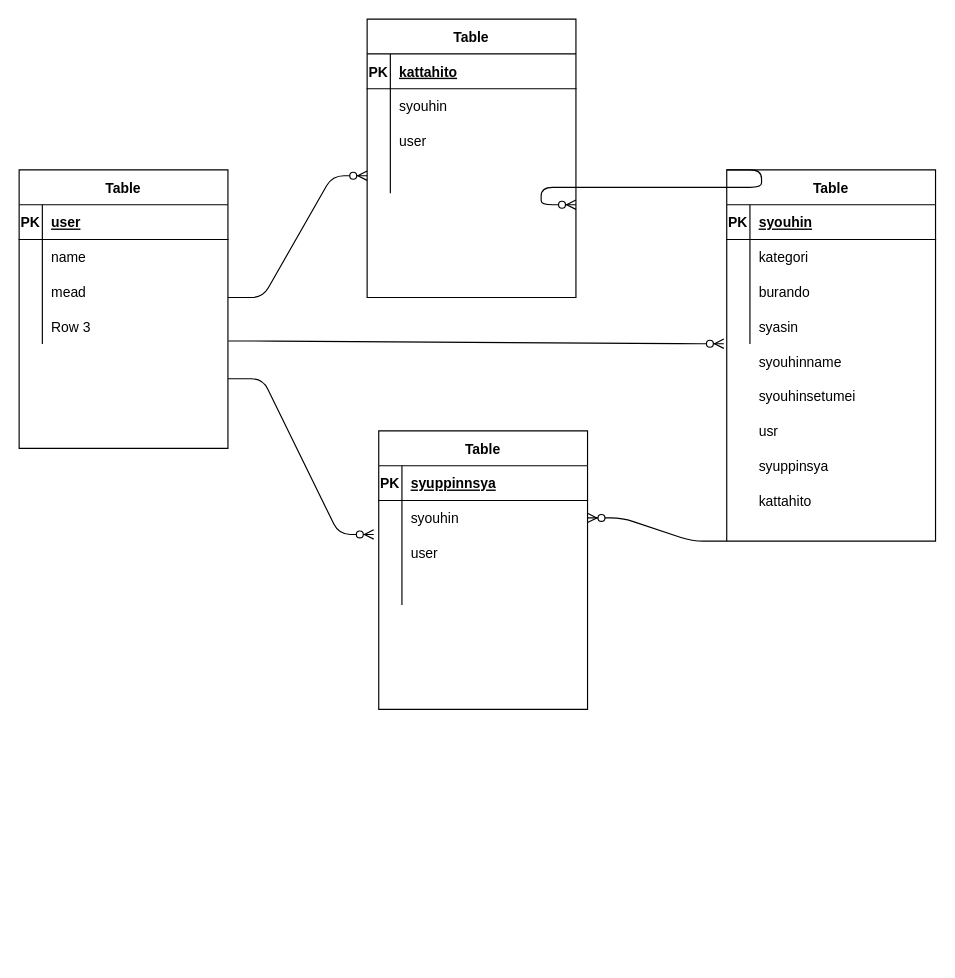
Earlier version of the draw.io diagram test.dio (jangojanga/furima-38171). Source tidied: cells renumbered, new cells numbered last; positions are measured from the earlier drawing's top-left corner, leaving out a move shared by most shapes. Both pictures are drawn from the tidied source at 116%, with x=0, y=0 at pixel (19, 19).
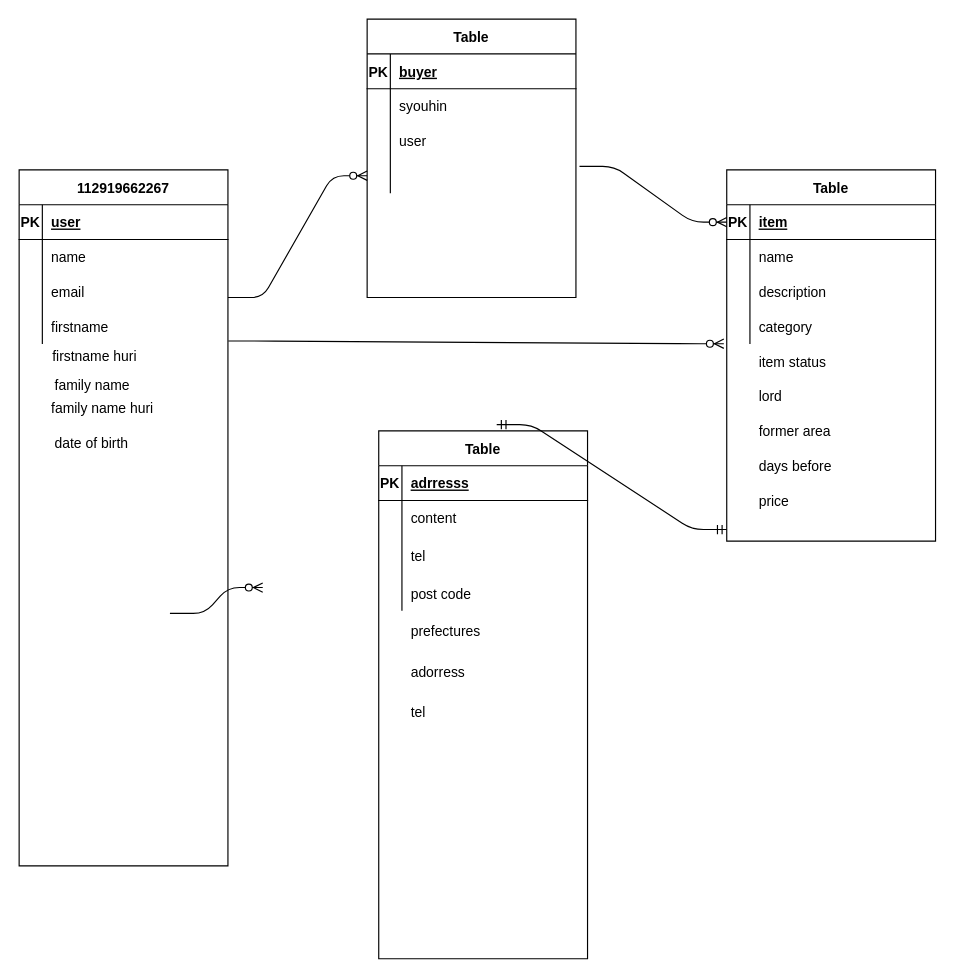
Above is the later version.

The change refers to these unchanged cells:
```xml
<mxCell id="9" style="shape=partialRectangle;fillColor=none;top=0;left=0;bottom=0;right=0;" parent="2" vertex="1">
  <mxGeometry y="90" width="180" height="30" as="geometry" />
</mxCell>
<mxCell id="12" style="shape=partialRectangle;fillColor=none;top=0;left=0;bottom=0;right=0;points=[[0,0.5],[1,0.5]];portConstraint=eastwest;" parent="2" vertex="1">
  <mxGeometry y="120" width="180" height="30" as="geometry" />
</mxCell>
<mxCell id="15" value="Table" style="shape=table;startSize=30;childLayout=tableLayout;rowLines=0;fontStyle=1;align=center;" parent="1" vertex="1">
  <mxGeometry x="610" y="130" width="180" height="320" as="geometry" />
</mxCell>
<mxCell id="16" style="shape=partialRectangle;fillColor=none;top=0;left=0;bottom=1;right=0;points=[[0,0.5],[1,0.5]];portConstraint=eastwest;" parent="15" vertex="1">
  <mxGeometry y="30" width="180" height="30" as="geometry" />
</mxCell>
<mxCell id="19" style="shape=partialRectangle;fillColor=none;top=0;left=0;bottom=0;right=0;" parent="15" vertex="1">
  <mxGeometry y="60" width="180" height="30" as="geometry" />
</mxCell>
<mxCell id="22" style="shape=partialRectangle;fillColor=none;top=0;left=0;bottom=0;right=0;" parent="15" vertex="1">
  <mxGeometry y="90" width="180" height="30" as="geometry" />
</mxCell>
<mxCell id="25" style="shape=partialRectangle;fillColor=none;top=0;left=0;bottom=0;right=0;points=[[0,0.5],[1,0.5]];portConstraint=eastwest;" parent="15" vertex="1">
  <mxGeometry y="120" width="180" height="30" as="geometry" />
</mxCell>
<mxCell id="29" style="shape=partialRectangle;fillColor=none;top=0;left=0;bottom=1;right=0;" parent="28" vertex="1">
  <mxGeometry y="30" width="180" height="30" as="geometry" />
</mxCell>
<mxCell id="38" style="shape=partialRectangle;fillColor=none;top=0;left=0;bottom=0;right=0;points=[[0,0.5],[1,0.5]];portConstraint=eastwest;" parent="28" vertex="1">
  <mxGeometry y="120" width="180" height="30" as="geometry" />
</mxCell>
<mxCell id="42" style="shape=partialRectangle;fillColor=none;top=0;left=0;bottom=1;right=0;" parent="41" vertex="1">
  <mxGeometry y="30" width="180" height="30" as="geometry" />
</mxCell>
<mxCell id="45" style="shape=partialRectangle;fillColor=none;top=0;left=0;bottom=0;right=0;points=[[0,0.5],[1,0.5]];portConstraint=eastwest;" parent="41" vertex="1">
  <mxGeometry y="60" width="180" height="30" as="geometry" />
</mxCell>
```

Diff of the diagram source:
```diff
@@
-    <mxCell id="2" value="Table" style="shape=table;startSize=30;childLayout=tableLayout;rowLines=0;fontStyle=1;align=center;" parent="1" vertex="1">
-      <mxGeometry y="130" width="180" height="240" as="geometry" />
+    <mxCell id="2" value="112919662267" style="shape=table;startSize=30;childLayout=tableLayout;rowLines=0;fontStyle=1;align=center;" parent="1" vertex="1">
+      <mxGeometry y="130" width="180" height="600" as="geometry" />
     </mxCell>
@@
-    <mxCell id="11" value="mead" style="shape=partialRectangle;fillColor=none;top=0;left=0;bottom=0;right=0;align=left;spacingLeft=6;overflow=hidden;" parent="9" vertex="1">
+    <mxCell id="11" value="email" style="shape=partialRectangle;fillColor=none;top=0;left=0;bottom=0;right=0;align=left;spacingLeft=6;overflow=hidden;" parent="9" vertex="1">
       <mxGeometry x="20" width="160" height="30" as="geometry" />
     </mxCell>
@@
-    <mxCell id="14" value="Row 3" style="shape=partialRectangle;fillColor=none;top=0;left=0;bottom=0;right=0;align=left;spacingLeft=6;overflow=hidden;" parent="12" vertex="1">
+    <mxCell id="14" value="firstname" style="shape=partialRectangle;fillColor=none;top=0;left=0;bottom=0;right=0;align=left;spacingLeft=6;overflow=hidden;" parent="12" vertex="1">
       <mxGeometry x="20" width="160" height="30" as="geometry" />
     </mxCell>
@@
-    <mxCell id="18" value="syouhin" style="shape=partialRectangle;fillColor=none;top=0;left=0;bottom=0;right=0;align=left;spacingLeft=6;fontStyle=5;overflow=hidden;" parent="16" vertex="1">
+    <mxCell id="18" value="item" style="shape=partialRectangle;fillColor=none;top=0;left=0;bottom=0;right=0;align=left;spacingLeft=6;fontStyle=5;overflow=hidden;" parent="16" vertex="1">
       <mxGeometry x="20" width="160" height="30" as="geometry" />
     </mxCell>
@@
-    <mxCell id="21" value="kategori    " style="shape=partialRectangle;fillColor=none;top=0;left=0;bottom=0;right=0;align=left;spacingLeft=6;overflow=hidden;" parent="19" vertex="1">
+    <mxCell id="21" value="name" style="shape=partialRectangle;fillColor=none;top=0;left=0;bottom=0;right=0;align=left;spacingLeft=6;overflow=hidden;" parent="19" vertex="1">
       <mxGeometry x="20" width="160" height="30" as="geometry" />
     </mxCell>
@@
-    <mxCell id="24" value="burando" style="shape=partialRectangle;fillColor=none;top=0;left=0;bottom=0;right=0;align=left;spacingLeft=6;overflow=hidden;" parent="22" vertex="1">
+    <mxCell id="24" value="description" style="shape=partialRectangle;fillColor=none;top=0;left=0;bottom=0;right=0;align=left;spacingLeft=6;overflow=hidden;" parent="22" vertex="1">
       <mxGeometry x="20" width="160" height="30" as="geometry" />
     </mxCell>
@@
-    <mxCell id="27" value="syasin" style="shape=partialRectangle;fillColor=none;top=0;left=0;bottom=0;right=0;align=left;spacingLeft=6;overflow=hidden;" parent="25" vertex="1">
+    <mxCell id="27" value="category" style="shape=partialRectangle;fillColor=none;top=0;left=0;bottom=0;right=0;align=left;spacingLeft=6;overflow=hidden;" parent="25" vertex="1">
       <mxGeometry x="20" width="160" height="30" as="geometry" />
     </mxCell>
@@
-    <mxCell id="31" value="kattahito" style="shape=partialRectangle;fillColor=none;top=0;left=0;bottom=0;right=0;align=left;spacingLeft=6;fontStyle=5;overflow=hidden;" parent="29" vertex="1">
+    <mxCell id="31" value="buyer" style="shape=partialRectangle;fillColor=none;top=0;left=0;bottom=0;right=0;align=left;spacingLeft=6;fontStyle=5;overflow=hidden;" parent="29" vertex="1">
       <mxGeometry x="20" width="160" height="30" as="geometry" />
     </mxCell>
@@
     <mxCell id="41" value="Table" style="shape=table;startSize=30;childLayout=tableLayout;rowLines=0;fontStyle=1;align=center;" parent="1" vertex="1">
-      <mxGeometry x="310" y="355" width="180" height="240" as="geometry" />
+      <mxGeometry x="310" y="355" width="180" height="455" as="geometry" />
     </mxCell>
@@
-    <mxCell id="44" value="syuppinnsya" style="shape=partialRectangle;fillColor=none;top=0;left=0;bottom=0;right=0;align=left;spacingLeft=6;fontStyle=5;overflow=hidden;" parent="42" vertex="1">
+    <mxCell id="44" value="adrresss" style="shape=partialRectangle;fillColor=none;top=0;left=0;bottom=0;right=0;align=left;spacingLeft=6;fontStyle=5;overflow=hidden;" parent="42" vertex="1">
       <mxGeometry x="20" width="160" height="30" as="geometry" />
     </mxCell>
@@
-    <mxCell id="47" value="syouhin" style="shape=partialRectangle;fillColor=none;top=0;left=0;bottom=0;right=0;align=left;spacingLeft=6;overflow=hidden;" parent="45" vertex="1">
+    <mxCell id="47" value="content" style="shape=partialRectangle;fillColor=none;top=0;left=0;bottom=0;right=0;align=left;spacingLeft=6;overflow=hidden;" parent="45" vertex="1">
       <mxGeometry x="20" width="160" height="30" as="geometry" />
     </mxCell>
     <mxCell id="48" style="shape=partialRectangle;fillColor=none;top=0;left=0;bottom=0;right=0;points=[[0,0.5],[1,0.5]];portConstraint=eastwest;" parent="41" vertex="1">
-      <mxGeometry y="90" width="180" height="30" as="geometry" />
+      <mxGeometry y="90" width="180" height="35" as="geometry" />
     </mxCell>
     <mxCell id="49" style="shape=partialRectangle;fillColor=none;top=0;left=0;bottom=0;right=0;overflow=hidden;" parent="48" vertex="1">
-      <mxGeometry width="20" height="30" as="geometry" />
+      <mxGeometry width="20" height="35" as="geometry" />
     </mxCell>
-    <mxCell id="50" value="user" style="shape=partialRectangle;fillColor=none;top=0;left=0;bottom=0;right=0;align=left;spacingLeft=6;overflow=hidden;" parent="48" vertex="1">
-      <mxGeometry x="20" width="160" height="30" as="geometry" />
+    <mxCell id="50" value="tel" style="shape=partialRectangle;fillColor=none;top=0;left=0;bottom=0;right=0;align=left;spacingLeft=6;overflow=hidden;" parent="48" vertex="1">
+      <mxGeometry x="20" width="160" height="35" as="geometry" />
     </mxCell>
     <mxCell id="51" style="shape=partialRectangle;fillColor=none;top=0;left=0;bottom=0;right=0;" parent="41" vertex="1">
-      <mxGeometry y="120" width="180" height="30" as="geometry" />
+      <mxGeometry y="125" width="180" height="30" as="geometry" />
     </mxCell>
@@
-    <mxCell id="53" style="shape=partialRectangle;fillColor=none;top=0;left=0;bottom=0;right=0;align=left;spacingLeft=6;overflow=hidden;" parent="51" vertex="1">
+    <mxCell id="53" value="post code" style="shape=partialRectangle;fillColor=none;top=0;left=0;bottom=0;right=0;align=left;spacingLeft=6;overflow=hidden;" parent="51" vertex="1">
       <mxGeometry x="20" width="160" height="30" as="geometry" />
     </mxCell>
-    <mxCell id="54" value="syouhinname" style="shape=partialRectangle;fillColor=none;top=0;left=0;bottom=0;right=0;align=left;spacingLeft=6;overflow=hidden;" parent="1" vertex="1">
+    <mxCell id="54" value="item status" style="shape=partialRectangle;fillColor=none;top=0;left=0;bottom=0;right=0;align=left;spacingLeft=6;overflow=hidden;" parent="1" vertex="1">
       <mxGeometry x="630" y="280" width="160" height="30" as="geometry" />
     </mxCell>
-    <mxCell id="55" value="syouhinsetumei" style="shape=partialRectangle;fillColor=none;top=0;left=0;bottom=0;right=0;align=left;spacingLeft=6;overflow=hidden;" parent="1" vertex="1">
+    <mxCell id="55" value="lord" style="shape=partialRectangle;fillColor=none;top=0;left=0;bottom=0;right=0;align=left;spacingLeft=6;overflow=hidden;" parent="1" vertex="1">
       <mxGeometry x="630" y="310" width="160" height="30" as="geometry" />
     </mxCell>
-    <mxCell id="56" value="syuppinsya" style="shape=partialRectangle;fillColor=none;top=0;left=0;bottom=0;right=0;align=left;spacingLeft=6;overflow=hidden;" parent="1" vertex="1">
+    <mxCell id="56" value="days before" style="shape=partialRectangle;fillColor=none;top=0;left=0;bottom=0;right=0;align=left;spacingLeft=6;overflow=hidden;" parent="1" vertex="1">
       <mxGeometry x="630" y="370" width="160" height="30" as="geometry" />
     </mxCell>
-    <mxCell id="57" value="usr" style="shape=partialRectangle;fillColor=none;top=0;left=0;bottom=0;right=0;align=left;spacingLeft=6;overflow=hidden;" parent="1" vertex="1">
+    <mxCell id="57" value="former area" style="shape=partialRectangle;fillColor=none;top=0;left=0;bottom=0;right=0;align=left;spacingLeft=6;overflow=hidden;" parent="1" vertex="1">
       <mxGeometry x="630" y="340" width="160" height="30" as="geometry" />
     </mxCell>
@@
-    <mxCell id="60" style="edgeStyle=entityRelationEdgeStyle;fontSize=12;html=1;endArrow=ERzeroToMany;endFill=1;exitX=1;exitY=0.75;exitDx=0;exitDy=0;entryX=-0.024;entryY=-0.025;entryDx=0;entryDy=0;entryPerimeter=0;" parent="1" edge="1" source="2" target="48">
-      <mxGeometry relative="1" as="geometry" />
+    <mxCell id="60" style="edgeStyle=entityRelationEdgeStyle;fontSize=12;html=1;endArrow=ERzeroToMany;endFill=1;" parent="1" edge="1">
+      <mxGeometry relative="1" as="geometry">
+        <mxPoint x="130" y="512.3" as="sourcePoint" />
+        <mxPoint x="210" y="490" as="targetPoint" />
+      </mxGeometry>
     </mxCell>
-    <mxCell id="61" style="edgeStyle=entityRelationEdgeStyle;fontSize=12;html=1;endArrow=ERzeroToMany;endFill=1;exitX=0;exitY=0;exitDx=0;exitDy=0;" parent="1" edge="1" source="15">
-      <mxGeometry relative="1" as="geometry">
-        <mxPoint x="480" y="160" as="targetPoint" />
-      </mxGeometry>
+    <mxCell id="61" style="edgeStyle=entityRelationEdgeStyle;fontSize=12;html=1;endArrow=ERzeroToMany;endFill=1;exitX=1.017;exitY=0.233;exitDx=0;exitDy=0;exitPerimeter=0;entryX=0;entryY=0.5;entryDx=0;entryDy=0;" parent="1" edge="1" source="38" target="16">
+      <mxGeometry relative="1" as="geometry" />
     </mxCell>
-    <mxCell id="62" style="edgeStyle=entityRelationEdgeStyle;fontSize=12;html=1;endArrow=ERzeroToMany;endFill=1;exitX=0;exitY=1;exitDx=0;exitDy=0;" parent="1" edge="1" source="15" target="45">
-      <mxGeometry relative="1" as="geometry" />
-    </mxCell>
-    <mxCell id="63" value="kattahito" style="shape=partialRectangle;fillColor=none;top=0;left=0;bottom=0;right=0;align=left;spacingLeft=6;overflow=hidden;" parent="1" vertex="1">
+    <mxCell id="63" value="price" style="shape=partialRectangle;fillColor=none;top=0;left=0;bottom=0;right=0;align=left;spacingLeft=6;overflow=hidden;" parent="1" vertex="1">
       <mxGeometry x="630" y="400" width="160" height="30" as="geometry" />
     </mxCell>
+    <mxCell id="64" style="edgeStyle=entityRelationEdgeStyle;fontSize=12;html=1;endArrow=ERmandOne;startArrow=ERmandOne;exitX=0.565;exitY=-0.012;exitDx=0;exitDy=0;exitPerimeter=0;" parent="1" edge="1" source="41">
+      <mxGeometry relative="1" as="geometry">
+        <mxPoint x="610" y="440" as="targetPoint" />
+      </mxGeometry>
+    </mxCell>
+    <mxCell id="65" value="firstname huri" style="shape=partialRectangle;fillColor=none;top=0;left=0;bottom=0;right=0;align=left;spacingLeft=6;overflow=hidden;" parent="1" vertex="1">
+      <mxGeometry x="21" y="275" width="160" height="30" as="geometry" />
+    </mxCell>
+    <mxCell id="66" value="family name" style="shape=partialRectangle;fillColor=none;top=0;left=0;bottom=0;right=0;align=left;spacingLeft=6;overflow=hidden;" parent="1" vertex="1">
+      <mxGeometry x="23" y="300" width="160" height="30" as="geometry" />
+    </mxCell>
+    <mxCell id="67" value="family name huri" style="shape=partialRectangle;fillColor=none;top=0;left=0;bottom=0;right=0;align=left;spacingLeft=6;overflow=hidden;" parent="1" vertex="1">
+      <mxGeometry x="20" y="320" width="160" height="30" as="geometry" />
+    </mxCell>
+    <mxCell id="68" value="date of birth" style="shape=partialRectangle;fillColor=none;top=0;left=0;bottom=0;right=0;align=left;spacingLeft=6;overflow=hidden;" parent="1" vertex="1">
+      <mxGeometry x="23" y="350" width="160" height="30" as="geometry" />
+    </mxCell>
+    <mxCell id="69" value="prefectures" style="shape=partialRectangle;fillColor=none;top=0;left=0;bottom=0;right=0;align=left;spacingLeft=6;overflow=hidden;" parent="1" vertex="1">
+      <mxGeometry x="330" y="510" width="160" height="35" as="geometry" />
+    </mxCell>
+    <mxCell id="70" value="adorress" style="shape=partialRectangle;fillColor=none;top=0;left=0;bottom=0;right=0;align=left;spacingLeft=6;overflow=hidden;" parent="1" vertex="1">
+      <mxGeometry x="330" y="545" width="160" height="35" as="geometry" />
+    </mxCell>
+    <mxCell id="71" value="tel" style="shape=partialRectangle;fillColor=none;top=0;left=0;bottom=0;right=0;align=left;spacingLeft=6;overflow=hidden;" parent="1" vertex="1">
+      <mxGeometry x="330" y="580" width="160" height="35" as="geometry" />
+    </mxCell>
```
